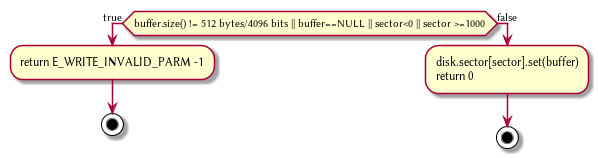
HawaiinPizza/CIS-450-final-project keeps this PlantUML diagram as Plant/DiskWrite.png. Above is the earlier version.
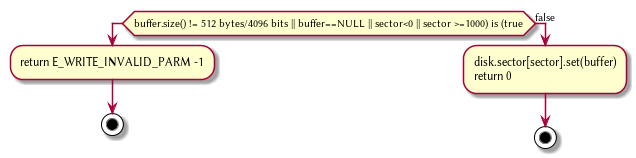
Above is the later version.

Diff of the diagram source:
```diff
@@ -1,5 +1,5 @@
 @startuml
-    if(buffer.size() != 512 bytes/4096 bits || buffer==NULL || sector<0 || sector >=1000) then (true)
+    if(buffer.size() != 512 bytes/4096 bits || buffer==NULL || sector<0 || sector >=1000) is (true)
 	    :return E_WRITE_INVALID_PARM -1;
 	    stop
     else  (false)
```
